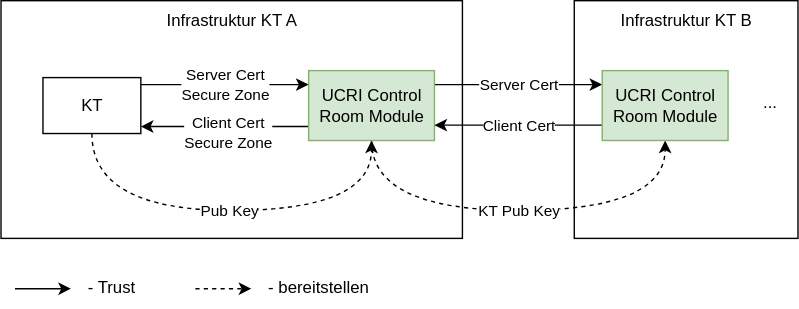
Above: staging/spec/ucri-trust.drawio.svg in PMeV-EFUL/ucri2 (draw.io), before the change. Source tidied: cells renumbered, new cells last; positions are measured from the earlier drawing's top-left corner, leaving out a move shared by most shapes.
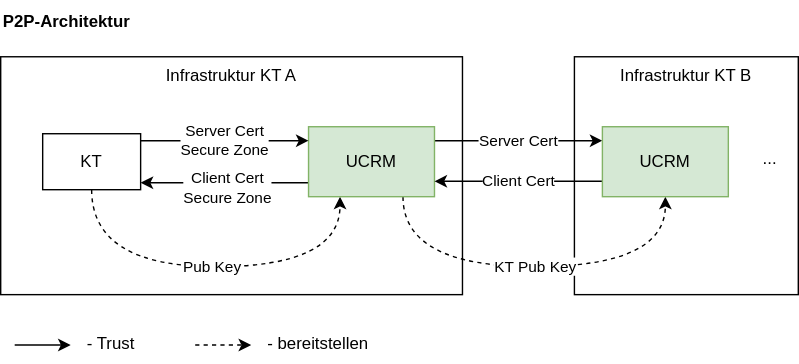
The same file after the commit.

Commit message:
fix: Kapitel Einleitung, Architektur, Kommunikationsprotokoll final

The edit, as a diff of the source:
```diff
@@ -11,11 +11,11 @@
     <mxCell id="4" value="- Trust" style="text;html=1;strokeColor=none;fillColor=none;align=left;verticalAlign=middle;whiteSpace=wrap;rounded=0;" parent="1" vertex="1">
       <mxGeometry x="60" y="190" width="60" height="30" as="geometry" />
     </mxCell>
-    <mxCell id="5" value="Pub Key" style="edgeStyle=orthogonalEdgeStyle;rounded=0;jettySize=auto;html=1;curved=1;dashed=1;" parent="1" edge="1" source="6" target="11">
+    <mxCell id="5" value="Pub Key" style="edgeStyle=orthogonalEdgeStyle;rounded=0;jettySize=auto;html=1;curved=1;dashed=1;entryX=0.25;entryY=1;entryDx=0;entryDy=0;exitX=0.5;exitY=1;exitDx=0;exitDy=0;" parent="1" edge="1" source="6" target="11">
       <mxGeometry relative="1" as="geometry">
         <Array as="points">
           <mxPoint x="65" y="150" />
-          <mxPoint x="265" y="150" />
+          <mxPoint x="243" y="150" />
         </Array>
       </mxGeometry>
     </mxCell>
@@ -39,15 +39,15 @@
         <mxPoint x="430" y="60" as="targetPoint" />
       </mxGeometry>
     </mxCell>
-    <mxCell id="10" value="KT Pub Key" style="edgeStyle=orthogonalEdgeStyle;rounded=0;jettySize=auto;html=1;curved=1;dashed=1;" parent="1" edge="1" source="11" target="14">
+    <mxCell id="10" value="KT Pub Key" style="edgeStyle=orthogonalEdgeStyle;rounded=0;jettySize=auto;html=1;curved=1;dashed=1;exitX=0.75;exitY=1;exitDx=0;exitDy=0;entryX=0.5;entryY=1;entryDx=0;entryDy=0;" parent="1" edge="1" source="11" target="14">
       <mxGeometry relative="1" as="geometry">
         <Array as="points">
-          <mxPoint x="265" y="150" />
+          <mxPoint x="288" y="150" />
           <mxPoint x="475" y="150" />
         </Array>
       </mxGeometry>
     </mxCell>
-    <mxCell id="11" value="UCRI Control Room Module" style="rounded=0;whiteSpace=wrap;html=1;fillColor=#d5e8d4;strokeColor=#82b366;" parent="1" vertex="1">
+    <mxCell id="11" value="UCRM" style="rounded=0;whiteSpace=wrap;html=1;fillColor=#d5e8d4;strokeColor=#82b366;" parent="1" vertex="1">
       <mxGeometry x="220" y="50" width="90" height="50" as="geometry" />
     </mxCell>
     <mxCell id="12" value="..." style="text;html=1;strokeColor=none;fillColor=none;align=center;verticalAlign=middle;whiteSpace=wrap;rounded=0;" parent="1" vertex="1">
@@ -59,7 +59,7 @@
         <mxPoint x="310" y="89" as="targetPoint" />
       </mxGeometry>
     </mxCell>
-    <mxCell id="14" value="UCRI Control Room Module" style="rounded=0;whiteSpace=wrap;html=1;fillColor=#d5e8d4;strokeColor=#82b366;" parent="1" vertex="1">
+    <mxCell id="14" value="UCRM" style="rounded=0;whiteSpace=wrap;html=1;fillColor=#d5e8d4;strokeColor=#82b366;" parent="1" vertex="1">
       <mxGeometry x="430" y="50" width="90" height="50" as="geometry" />
     </mxCell>
     <mxCell id="15" value="Server Cert&lt;div&gt;Secure Zone&lt;/div&gt;" style="edgeStyle=orthogonalEdgeStyle;rounded=0;jettySize=auto;html=1;" parent="1" edge="1" source="6" target="11">
@@ -85,5 +85,8 @@
         <mxPoint x="179" y="206" as="targetPoint" />
       </mxGeometry>
     </mxCell>
+    <mxCell id="19" value="&lt;b&gt;P2P-Architektur&lt;/b&gt;" style="text;html=1;whiteSpace=wrap;strokeColor=none;fillColor=none;align=left;verticalAlign=middle;rounded=0;" parent="1" vertex="1">
+      <mxGeometry y="-40" width="110" height="30" as="geometry" />
+    </mxCell>
   </root>
 </mxGraphModel>
```
